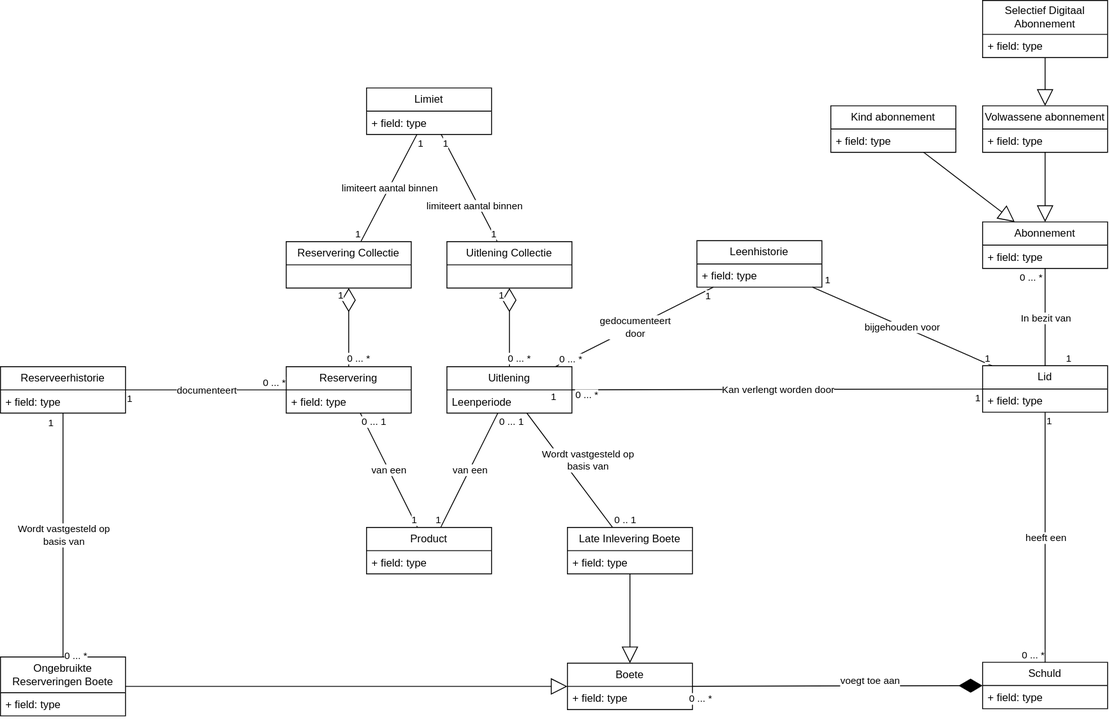
Above: documents/domain-model/domain-model.svg in pieter-groenendijk/oose-library-management-system (draw.io), before the change. Source tidied: cells renumbered, new cells last; positions are measured from the earlier drawing's top-left corner, leaving out a move shared by most shapes.
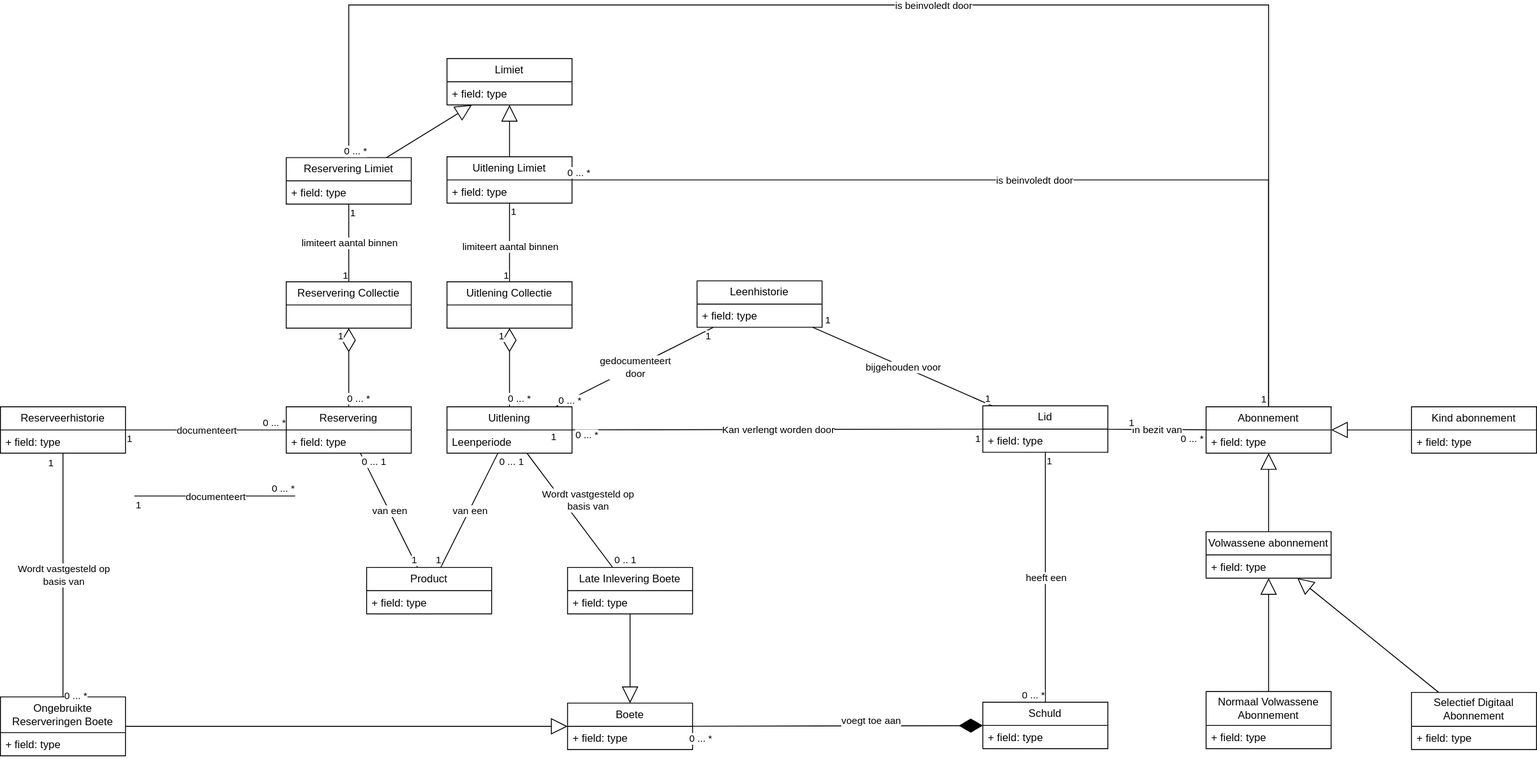
Later version of the same file.

Commit message:
Added associations and concept classes to represent interaction between limits and a subscription type

The edit, as a diff of the source:
```diff
@@ -21,7 +21,7 @@
       <mxGeometry y="26" width="140" height="26" as="geometry" />
     </mxCell>
     <mxCell id="8" value="Limiet" style="swimlane;fontStyle=0;horizontal=1;startSize=26;fillColor=none;whiteSpace=wrap;html=1;" parent="1" vertex="1">
-      <mxGeometry x="410" y="98" width="140" height="52" as="geometry" />
+      <mxGeometry x="500" y="20" width="140" height="52" as="geometry" />
     </mxCell>
     <mxCell id="9" value="+ field: type" style="text;strokeColor=none;fillColor=none;align=left;verticalAlign=top;spacingLeft=4;spacingRight=4;overflow=hidden;whiteSpace=wrap;html=1;" parent="8" vertex="1">
       <mxGeometry y="26" width="140" height="26" as="geometry" />
@@ -98,12 +98,12 @@
         <mxPoint x="-9" y="-4" as="offset" />
       </mxGeometry>
     </mxCell>
-    <mxCell id="30" style="endArrow=none;html=1;rounded=0;endFill=0;" parent="1" edge="1" source="8" target="22">
+    <mxCell id="30" style="endArrow=none;html=1;rounded=0;endFill=0;" parent="1" edge="1" source="99" target="22">
       <mxGeometry relative="1" as="geometry" />
     </mxCell>
     <mxCell id="31" value="limiteert aantal binnen" style="edgeLabel;html=1;align=center;verticalAlign=middle;" parent="30" vertex="1">
       <mxGeometry relative="1" as="geometry">
-        <mxPoint x="5" y="20" as="offset" />
+        <mxPoint y="4" as="offset" />
       </mxGeometry>
     </mxCell>
     <mxCell id="32" value="1" style="edgeLabel;html=1;align=left;verticalAlign=bottom;" parent="30" vertex="1">
@@ -114,7 +114,7 @@
     <mxCell id="33" value="1" style="edgeLabel;html=1;align=right;verticalAlign=bottom;" parent="30" vertex="1">
       <mxGeometry x="1" relative="1" as="geometry" />
     </mxCell>
-    <mxCell id="34" style="endArrow=none;html=1;rounded=0;endFill=0;" parent="1" edge="1" source="8" target="26">
+    <mxCell id="34" style="endArrow=none;html=1;rounded=0;endFill=0;" parent="1" edge="1" source="101" target="26">
       <mxGeometry relative="1" as="geometry" />
     </mxCell>
     <mxCell id="35" value="limiteert aantal binnen" style="edgeLabel;html=1;align=center;verticalAlign=middle;" parent="34" vertex="1">
@@ -270,7 +270,7 @@
       </mxGeometry>
     </mxCell>
     <mxCell id="77" value="Abonnement" style="swimlane;fontStyle=0;horizontal=1;startSize=26;fillColor=none;whiteSpace=wrap;html=1;" parent="1" vertex="1">
-      <mxGeometry x="1100" y="248" width="140" height="52" as="geometry" />
+      <mxGeometry x="1350" y="410" width="140" height="52" as="geometry" />
     </mxCell>
     <mxCell id="78" value="+ field: type" style="text;strokeColor=none;fillColor=none;align=left;verticalAlign=top;spacingLeft=4;spacingRight=4;overflow=hidden;whiteSpace=wrap;html=1;" parent="77" vertex="1">
       <mxGeometry y="26" width="140" height="26" as="geometry" />
@@ -308,13 +308,13 @@
       </mxGeometry>
     </mxCell>
     <mxCell id="87" value="Kind abonnement" style="swimlane;fontStyle=0;horizontal=1;startSize=26;fillColor=none;whiteSpace=wrap;html=1;" parent="1" vertex="1">
-      <mxGeometry x="930" y="118" width="140" height="52" as="geometry" />
+      <mxGeometry x="1580" y="410" width="140" height="52" as="geometry" />
     </mxCell>
     <mxCell id="88" value="+ field: type" style="text;strokeColor=none;fillColor=none;align=left;verticalAlign=top;spacingLeft=4;spacingRight=4;overflow=hidden;whiteSpace=wrap;html=1;" parent="87" vertex="1">
       <mxGeometry y="26" width="140" height="26" as="geometry" />
     </mxCell>
     <mxCell id="89" value="Volwassene abonnement" style="swimlane;fontStyle=0;horizontal=1;startSize=26;fillColor=none;whiteSpace=wrap;html=1;" parent="1" vertex="1">
-      <mxGeometry x="1100" y="118" width="140" height="52" as="geometry" />
+      <mxGeometry x="1350" y="550" width="140" height="52" as="geometry" />
     </mxCell>
     <mxCell id="90" value="+ field: type" style="text;strokeColor=none;fillColor=none;align=left;verticalAlign=top;spacingLeft=4;spacingRight=4;overflow=hidden;whiteSpace=wrap;html=1;" parent="89" vertex="1">
       <mxGeometry y="26" width="140" height="26" as="geometry" />
@@ -326,7 +326,7 @@
       <mxGeometry relative="1" as="geometry" />
     </mxCell>
     <mxCell id="93" value="Selectief Digitaal Abonnement" style="swimlane;fontStyle=0;horizontal=1;startSize=38;fillColor=none;whiteSpace=wrap;html=1;" parent="1" vertex="1">
-      <mxGeometry x="1100" width="140" height="64" as="geometry" />
+      <mxGeometry x="1580" y="730" width="140" height="64" as="geometry" />
     </mxCell>
     <mxCell id="94" value="+ field: type" style="text;strokeColor=none;fillColor=none;align=left;verticalAlign=top;spacingLeft=4;spacingRight=4;overflow=hidden;whiteSpace=wrap;html=1;" parent="93" vertex="1">
       <mxGeometry y="38" width="140" height="26" as="geometry" />
@@ -334,5 +334,90 @@
     <mxCell id="95" style="endArrow=block;endSize=16;endFill=0;html=1;rounded=0;" parent="1" edge="1" source="93" target="89">
       <mxGeometry relative="1" as="geometry" />
     </mxCell>
+    <mxCell id="96" value="Normaal Volwassene Abonnement" style="swimlane;fontStyle=0;horizontal=1;startSize=38;fillColor=none;whiteSpace=wrap;html=1;" parent="1" vertex="1">
+      <mxGeometry x="1350" y="729" width="140" height="64" as="geometry" />
+    </mxCell>
+    <mxCell id="97" value="+ field: type" style="text;strokeColor=none;fillColor=none;align=left;verticalAlign=top;spacingLeft=4;spacingRight=4;overflow=hidden;whiteSpace=wrap;html=1;" parent="96" vertex="1">
+      <mxGeometry y="38" width="140" height="26" as="geometry" />
+    </mxCell>
+    <mxCell id="98" style="endArrow=block;endSize=16;endFill=0;html=1;rounded=0;" parent="1" edge="1" source="96" target="89">
+      <mxGeometry relative="1" as="geometry" />
+    </mxCell>
+    <mxCell id="99" value="Uitlening Limiet" style="swimlane;fontStyle=0;horizontal=1;startSize=26;fillColor=none;whiteSpace=wrap;html=1;" parent="1" vertex="1">
+      <mxGeometry x="500" y="130" width="140" height="52" as="geometry" />
+    </mxCell>
+    <mxCell id="100" value="+ field: type" style="text;strokeColor=none;fillColor=none;align=left;verticalAlign=top;spacingLeft=4;spacingRight=4;overflow=hidden;whiteSpace=wrap;html=1;" parent="99" vertex="1">
+      <mxGeometry y="26" width="140" height="26" as="geometry" />
+    </mxCell>
+    <mxCell id="101" value="Reservering Limiet" style="swimlane;fontStyle=0;horizontal=1;startSize=26;fillColor=none;whiteSpace=wrap;html=1;" parent="1" vertex="1">
+      <mxGeometry x="320" y="131" width="140" height="52" as="geometry" />
+    </mxCell>
+    <mxCell id="102" value="+ field: type" style="text;strokeColor=none;fillColor=none;align=left;verticalAlign=top;spacingLeft=4;spacingRight=4;overflow=hidden;whiteSpace=wrap;html=1;" parent="101" vertex="1">
+      <mxGeometry y="26" width="140" height="26" as="geometry" />
+    </mxCell>
+    <mxCell id="103" style="endArrow=block;endSize=16;endFill=0;html=1;rounded=0;" parent="1" edge="1" source="99" target="8">
+      <mxGeometry relative="1" as="geometry" />
+    </mxCell>
+    <mxCell id="104" style="endArrow=block;endSize=16;endFill=0;html=1;rounded=0;" parent="1" edge="1" source="101" target="8">
+      <mxGeometry relative="1" as="geometry" />
+    </mxCell>
+    <mxCell id="105" style="endArrow=none;html=1;rounded=0;endFill=0;" parent="1" edge="1" source="77" target="99">
+      <mxGeometry relative="1" as="geometry">
+        <Array as="points">
+          <mxPoint x="1420" y="156" />
+        </Array>
+      </mxGeometry>
+    </mxCell>
+    <mxCell id="106" value="is beinvoledt door" style="edgeLabel;html=1;align=center;verticalAlign=middle;" parent="105" vertex="1">
+      <mxGeometry relative="1" as="geometry" />
+    </mxCell>
+    <mxCell id="107" value="1" style="edgeLabel;html=1;align=left;verticalAlign=bottom;" parent="105" vertex="1">
+      <mxGeometry x="-1" relative="1" as="geometry">
+        <mxPoint x="-10" as="offset" />
+      </mxGeometry>
+    </mxCell>
+    <mxCell id="108" value="0 ... *" style="edgeLabel;html=1;align=right;verticalAlign=bottom;" parent="105" vertex="1">
+      <mxGeometry x="1" relative="1" as="geometry">
+        <mxPoint x="21" as="offset" />
+      </mxGeometry>
+    </mxCell>
+    <mxCell id="109" style="endArrow=none;html=1;rounded=0;endFill=0;" parent="1" edge="1" source="77" target="101">
+      <mxGeometry relative="1" as="geometry">
+        <Array as="points">
+          <mxPoint x="1420" y="-40" />
+          <mxPoint x="390" y="-40" />
+        </Array>
+      </mxGeometry>
+    </mxCell>
+    <mxCell id="110" value="is beinvoledt door" style="edgeLabel;html=1;align=center;verticalAlign=middle;" parent="109" vertex="1">
+      <mxGeometry relative="1" as="geometry" />
+    </mxCell>
+    <mxCell id="111" value="1" style="edgeLabel;html=1;align=left;verticalAlign=bottom;" parent="109" vertex="1">
+      <mxGeometry x="-1" relative="1" as="geometry">
+        <mxPoint x="-10" as="offset" />
+      </mxGeometry>
+    </mxCell>
+    <mxCell id="112" value="0 ... *" style="edgeLabel;html=1;align=right;verticalAlign=bottom;" parent="109" vertex="1">
+      <mxGeometry x="1" relative="1" as="geometry">
+        <mxPoint x="21" as="offset" />
+      </mxGeometry>
+    </mxCell>
+    <mxCell id="113" style="endArrow=none;html=1;rounded=0;endFill=0;" parent="1" edge="1">
+      <mxGeometry relative="1" as="geometry">
+        <mxPoint x="150" y="510" as="sourcePoint" />
+        <mxPoint x="330" y="510" as="targetPoint" />
+      </mxGeometry>
+    </mxCell>
+    <mxCell id="114" value="documenteert" style="edgeLabel;html=1;align=center;verticalAlign=middle;" parent="113" vertex="1">
+      <mxGeometry relative="1" as="geometry" />
+    </mxCell>
+    <mxCell id="115" value="1" style="edgeLabel;html=1;align=left;verticalAlign=bottom;" parent="113" vertex="1">
+      <mxGeometry x="-1" relative="1" as="geometry">
+        <mxPoint y="18" as="offset" />
+      </mxGeometry>
+    </mxCell>
+    <mxCell id="116" value="0 ... *" style="edgeLabel;html=1;align=right;verticalAlign=bottom;" parent="113" vertex="1">
+      <mxGeometry x="1" relative="1" as="geometry" />
+    </mxCell>
   </root>
 </mxGraphModel>
```
